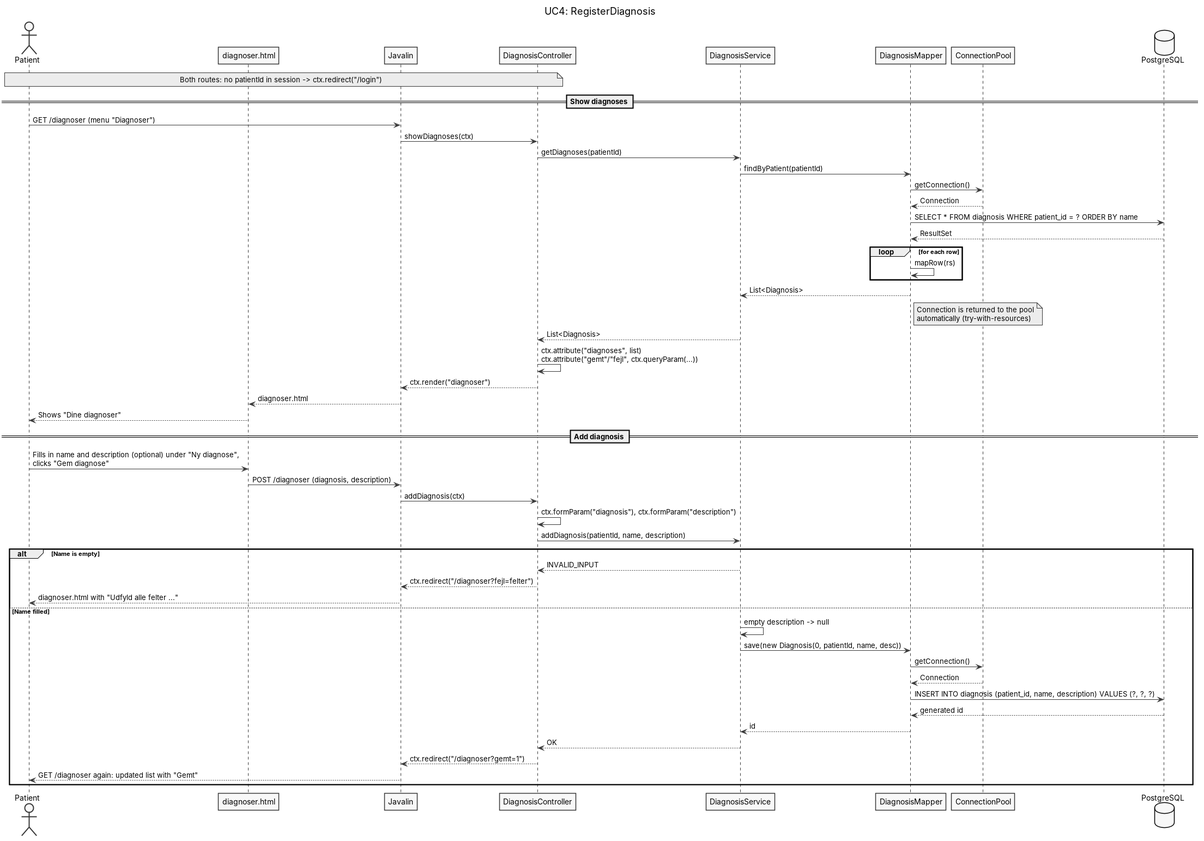
Above: doc/dynamic/UC4 - RegisterDiagnosis.png in BesimaP/Simpl-PET-project (PlantUML), before the change. Its source is kept beside it as doc/dynamic/UC4 - RegisterDiagnosis.puml.
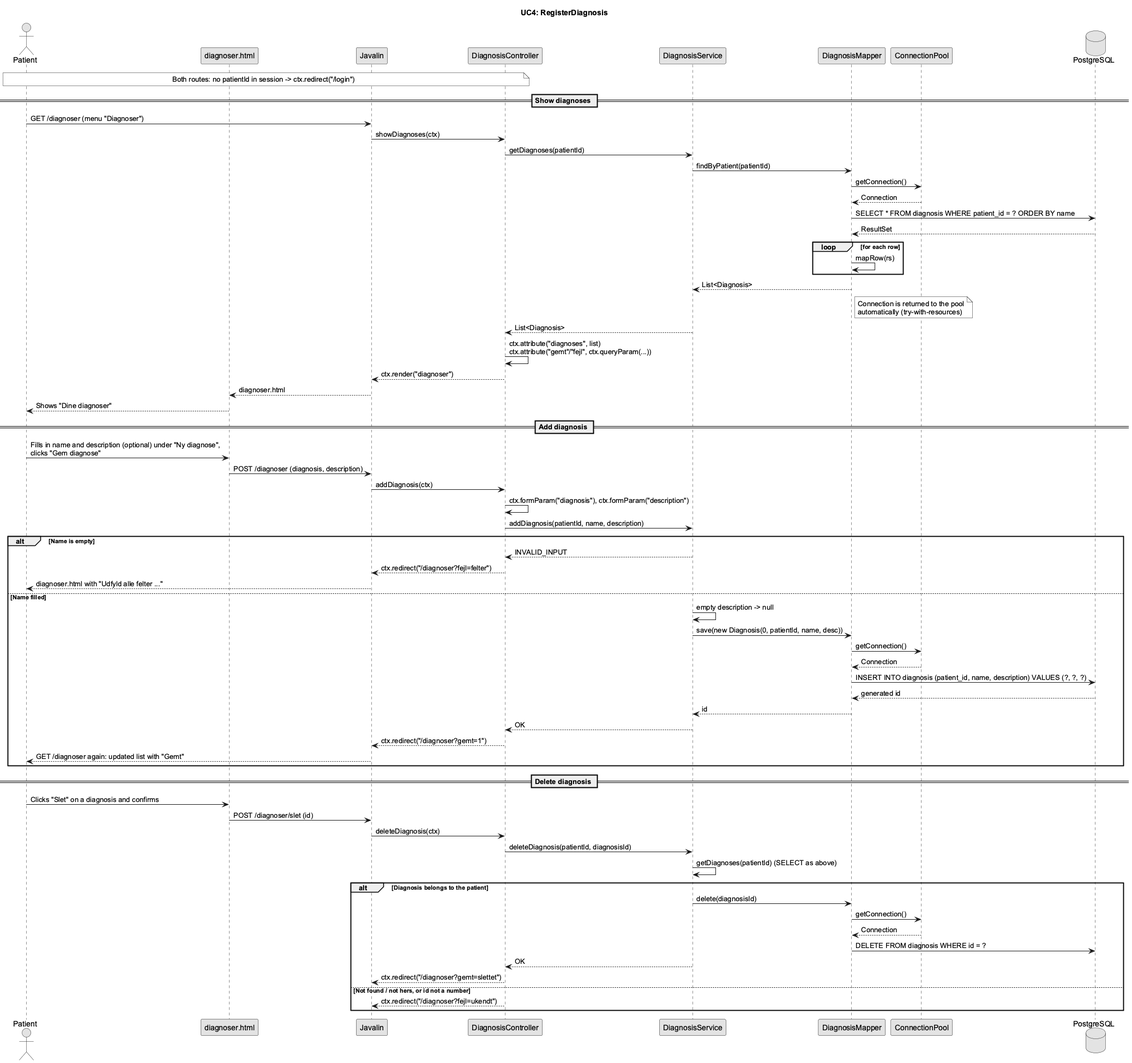
Above is the later version.

Diff of the diagram source:
```diff
@@ -60,4 +60,21 @@
   j --> u : GET /diagnoser again: updated list with "Gemt"
 end
 
+== Delete diagnosis ==
+u -> v : Clicks "Slet" on a diagnosis and confirms
+v -> j : POST /diagnoser/slet (id)
+j -> c : deleteDiagnosis(ctx)
+c -> s : deleteDiagnosis(patientId, diagnosisId)
+s -> s : getDiagnoses(patientId) (SELECT as above)
+alt Diagnosis belongs to the patient
+  s -> dm : delete(diagnosisId)
+  dm -> cp : getConnection()
+  cp --> dm : Connection
+  dm -> db : DELETE FROM diagnosis WHERE id = ?
+  s --> c : OK
+  c --> j : ctx.redirect("/diagnoser?gemt=slettet")
+else Not found / not hers, or id not a number
+  c --> j : ctx.redirect("/diagnoser?fejl=ukendt")
+end
+
 @enduml
```
